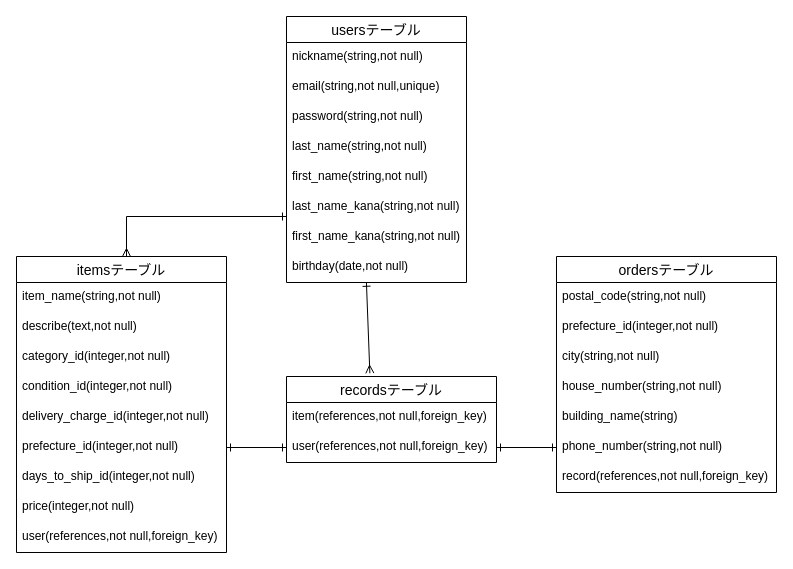
This is furima.dio from hidekazudazoo/furima-38653, a draw.io file, before an edit. Source tidied: cells renumbered, new cells numbered last; positions are measured from the earlier drawing's top-left corner, leaving out a move shared by most shapes. Both pictures are drawn from the tidied source at 100%, with x=0, y=0 at pixel (16, 16).
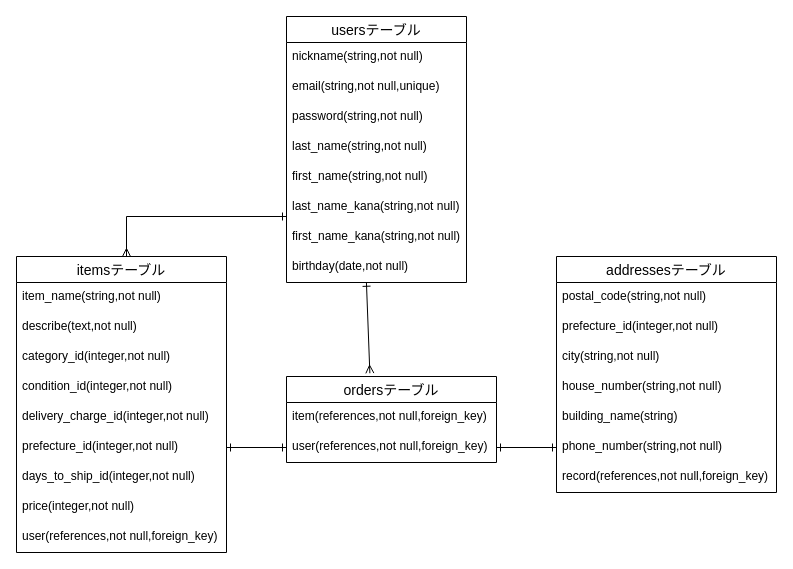
The same diagram, later.

Change to the diagram source:
```diff
@@
-    <mxCell id="22" value="ordersテーブル" style="swimlane;fontStyle=0;horizontal=1;startSize=26;align=center;fontSize=14;" parent="1" vertex="1">
+    <mxCell id="22" value="addressesテーブル" style="swimlane;fontStyle=0;horizontal=1;startSize=26;align=center;fontSize=14;" parent="1" vertex="1">
       <mxGeometry x="540" y="240" width="220" height="236" as="geometry" />
     </mxCell>
@@
-    <mxCell id="31" value="recordsテーブル" style="swimlane;fontStyle=0;horizontal=1;startSize=26;align=center;fontSize=14;" parent="1" vertex="1">
+    <mxCell id="31" value="ordersテーブル" style="swimlane;fontStyle=0;horizontal=1;startSize=26;align=center;fontSize=14;" parent="1" vertex="1">
       <mxGeometry x="270" y="360" width="210" height="86" as="geometry" />
     </mxCell>
```
